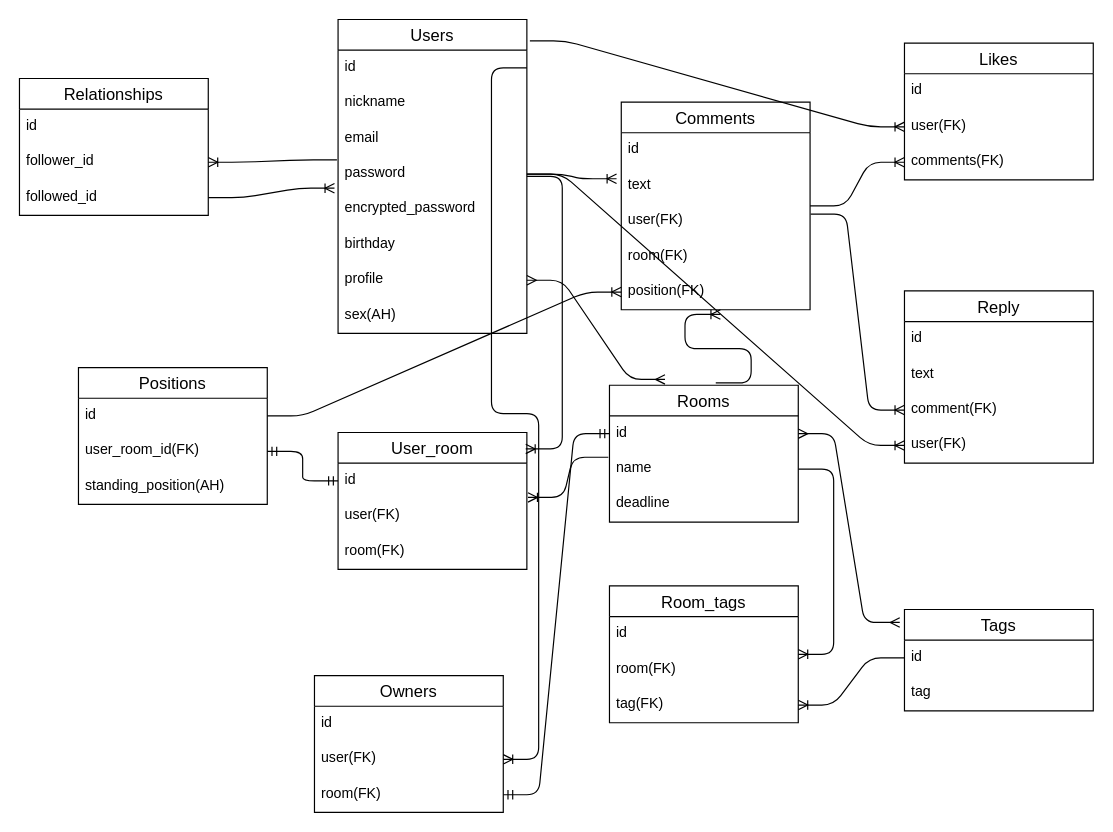
Earlier version of the draw.io diagram ER図.dio (harukicode0/discussion_app_2022). Source tidied: cells renumbered, new cells numbered last; positions are measured from the earlier drawing's top-left corner, leaving out a move shared by most shapes. Both pictures are drawn from the tidied source at 118%, with x=0, y=0 at pixel (19, 19).
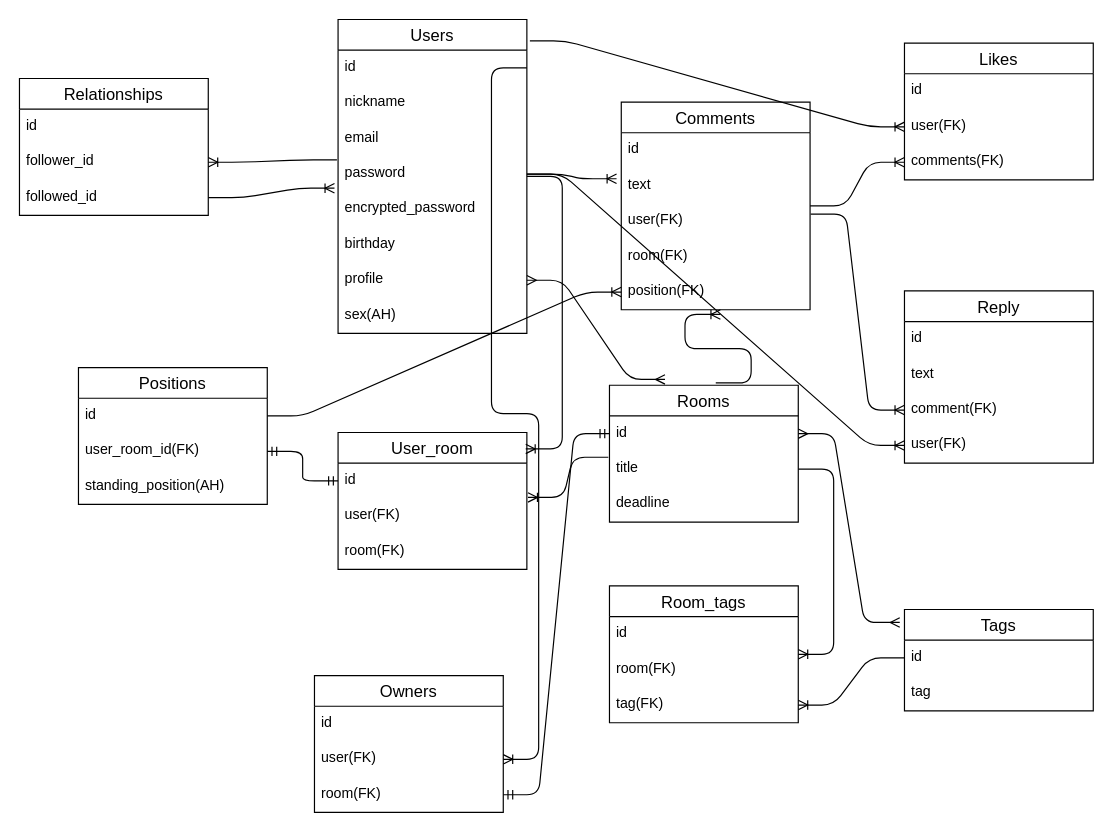
The same diagram, later.

Unchanged cells that the change refers to:
```xml
<mxCell id="11" value="Rooms" style="swimlane;fontStyle=0;horizontal=1;startSize=26;align=center;fontSize=14;" parent="1" vertex="1">
  <mxGeometry x="500" y="310" width="160" height="116" as="geometry" />
</mxCell>
```

The edit, as a diff of the source:
```diff
@@
-    <mxCell id="13" value="name" style="text;strokeColor=none;fillColor=none;spacingLeft=4;spacingRight=4;overflow=hidden;points=[[0,0.5],[1,0.5]];portConstraint=eastwest;fontSize=12;" parent="11" vertex="1">
+    <mxCell id="13" value="title" style="text;strokeColor=none;fillColor=none;spacingLeft=4;spacingRight=4;overflow=hidden;points=[[0,0.5],[1,0.5]];portConstraint=eastwest;fontSize=12;" parent="11" vertex="1">
       <mxGeometry y="56" width="160" height="30" as="geometry" />
     </mxCell>
```
